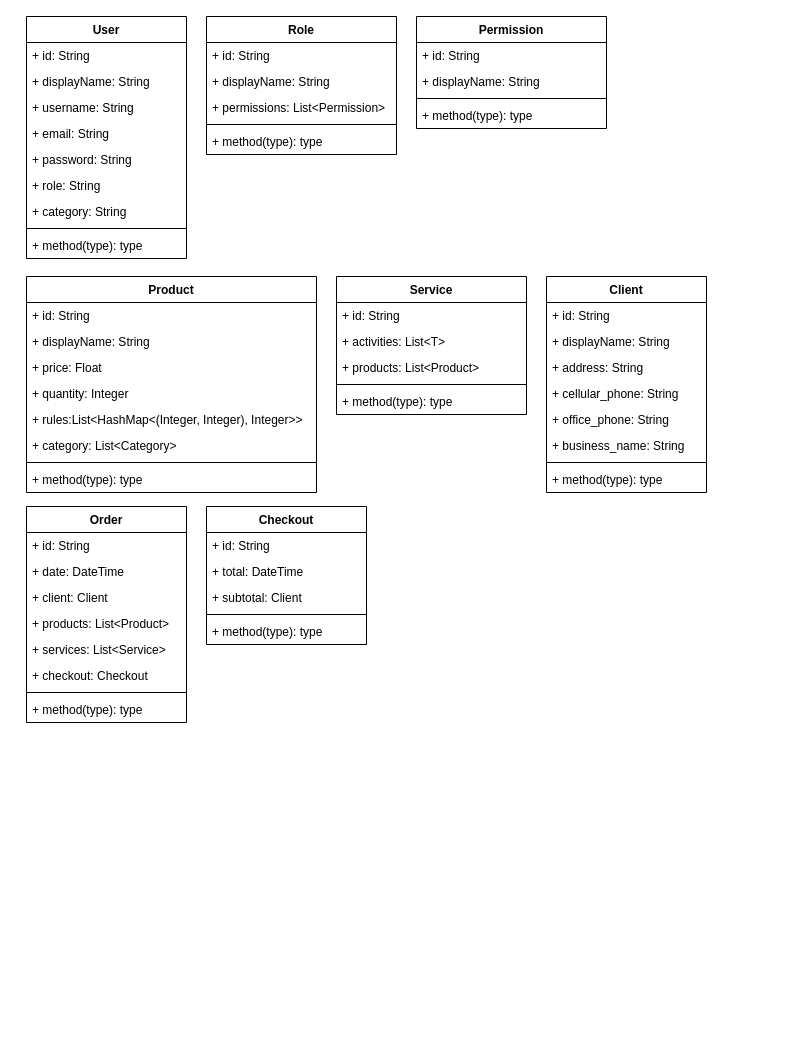
Demetriox/flutter-client keeps this draw.io diagram as Untitled Diagram.drawio. Above is the earlier version. Source tidied: cells renumbered, new cells numbered last; positions are measured from the earlier drawing's top-left corner, leaving out a move shared by most shapes. Both pictures are drawn from the tidied source at 100%, with x=0, y=0 at pixel (26, 16).
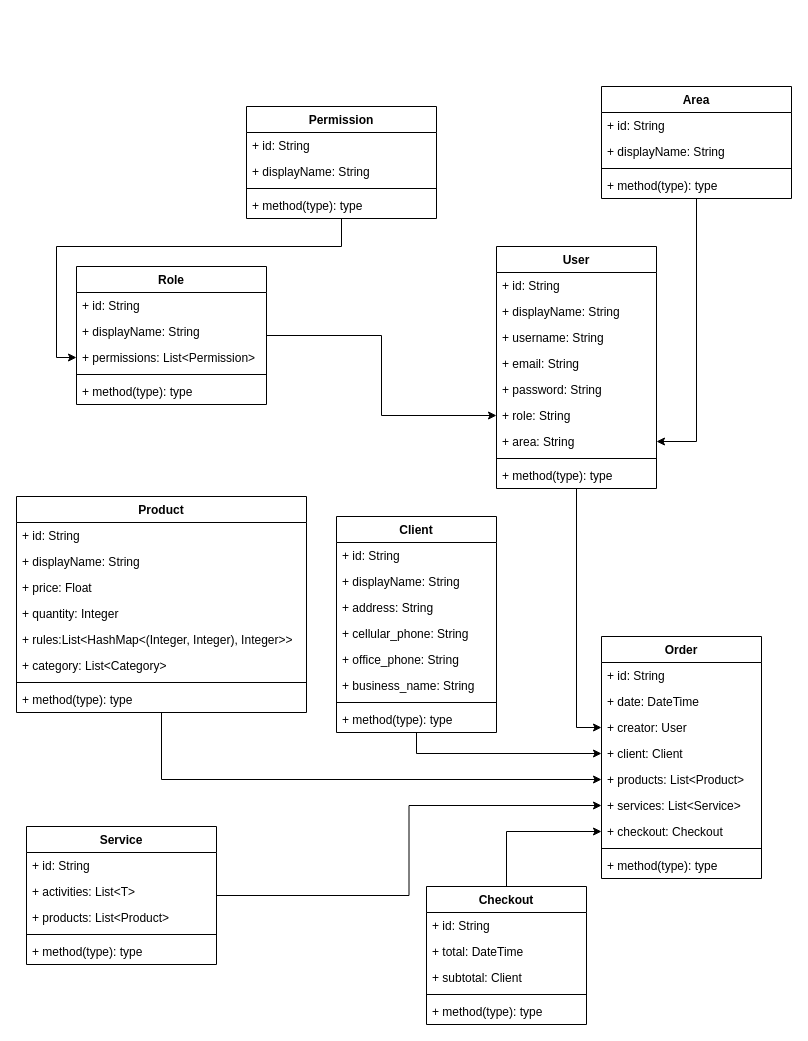
Above is the later version.

Unchanged cells that the change refers to:
```xml
<mxCell id="8" value="+ role: String" style="text;strokeColor=none;fillColor=none;align=left;verticalAlign=top;spacingLeft=4;spacingRight=4;overflow=hidden;points=[[0,0.5],[1,0.5]];portConstraint=eastwest;" parent="2" vertex="1">
  <mxGeometry y="156" width="160" height="26" as="geometry" />
</mxCell>
<mxCell id="15" value="+ permissions: List&lt;Permission&gt;" style="text;strokeColor=none;fillColor=none;align=left;verticalAlign=top;spacingLeft=4;spacingRight=4;overflow=hidden;points=[[0,0.5],[1,0.5]];portConstraint=eastwest;" parent="12" vertex="1">
  <mxGeometry y="78" width="190" height="26" as="geometry" />
</mxCell>
```

Diff of the diagram source:
```diff
@@
+    <mxCell id="62" style="edgeStyle=orthogonalEdgeStyle;rounded=0;jettySize=auto;html=1;entryX=0;entryY=0.5;entryDx=0;entryDy=0;" parent="1" edge="1" source="2" target="68">
+      <mxGeometry relative="1" as="geometry" />
+    </mxCell>
     <mxCell id="2" value="User" style="swimlane;fontStyle=1;align=center;verticalAlign=top;horizontal=1;startSize=26;" parent="1" vertex="1">
-      <mxGeometry width="160" height="242" as="geometry" />
+      <mxGeometry x="470" y="230" width="160" height="242" as="geometry" />
     </mxCell>
@@
-    <mxCell id="9" value="+ category: String" style="text;strokeColor=none;fillColor=none;align=left;verticalAlign=top;spacingLeft=4;spacingRight=4;overflow=hidden;points=[[0,0.5],[1,0.5]];portConstraint=eastwest;" parent="2" vertex="1">
+    <mxCell id="9" value="+ area: String" style="text;strokeColor=none;fillColor=none;align=left;verticalAlign=top;spacingLeft=4;spacingRight=4;overflow=hidden;points=[[0,0.5],[1,0.5]];portConstraint=eastwest;" parent="2" vertex="1">
       <mxGeometry y="182" width="160" height="26" as="geometry" />
     </mxCell>
@@
+    <mxCell id="63" style="edgeStyle=orthogonalEdgeStyle;rounded=0;jettySize=auto;html=1;" parent="1" edge="1" source="12" target="8">
+      <mxGeometry relative="1" as="geometry" />
+    </mxCell>
     <mxCell id="12" value="Role" style="swimlane;fontStyle=1;align=center;verticalAlign=top;horizontal=1;startSize=26;" parent="1" vertex="1">
-      <mxGeometry x="180" width="190" height="138" as="geometry" />
+      <mxGeometry x="50" y="250" width="190" height="138" as="geometry" />
     </mxCell>
@@
+    <mxCell id="64" style="edgeStyle=orthogonalEdgeStyle;rounded=0;jettySize=auto;html=1;entryX=0;entryY=0.5;entryDx=0;entryDy=0;" parent="1" edge="1" source="18" target="15">
+      <mxGeometry relative="1" as="geometry">
+        <Array as="points">
+          <mxPoint x="315" y="230" />
+          <mxPoint x="30" y="230" />
+          <mxPoint x="30" y="341" />
+        </Array>
+      </mxGeometry>
+    </mxCell>
     <mxCell id="18" value="Permission" style="swimlane;fontStyle=1;align=center;verticalAlign=top;horizontal=1;startSize=26;" parent="1" vertex="1">
-      <mxGeometry x="390" width="190" height="112" as="geometry" />
+      <mxGeometry x="220" y="90" width="190" height="112" as="geometry" />
     </mxCell>
@@
+    <mxCell id="65" style="edgeStyle=orthogonalEdgeStyle;rounded=0;jettySize=auto;html=1;entryX=0;entryY=0.5;entryDx=0;entryDy=0;" parent="1" edge="1" source="23" target="51">
+      <mxGeometry relative="1" as="geometry" />
+    </mxCell>
     <mxCell id="23" value="Product" style="swimlane;fontStyle=1;align=center;verticalAlign=top;horizontal=1;startSize=26;" parent="1" vertex="1">
-      <mxGeometry y="260" width="290" height="216" as="geometry" />
+      <mxGeometry x="-10" y="480" width="290" height="216" as="geometry" />
     </mxCell>
@@
+    <mxCell id="66" style="edgeStyle=orthogonalEdgeStyle;rounded=0;jettySize=auto;html=1;exitX=1;exitY=0.5;exitDx=0;exitDy=0;entryX=0;entryY=0.5;entryDx=0;entryDy=0;" parent="1" edge="1" source="32" target="52">
+      <mxGeometry relative="1" as="geometry" />
+    </mxCell>
     <mxCell id="32" value="Service" style="swimlane;fontStyle=1;align=center;verticalAlign=top;horizontal=1;startSize=26;" parent="1" vertex="1">
-      <mxGeometry x="310" y="260" width="190" height="138" as="geometry" />
+      <mxGeometry y="810" width="190" height="138" as="geometry" />
     </mxCell>
@@
+    <mxCell id="67" style="edgeStyle=orthogonalEdgeStyle;rounded=0;jettySize=auto;html=1;entryX=0;entryY=0.5;entryDx=0;entryDy=0;" parent="1" edge="1" source="38" target="50">
+      <mxGeometry relative="1" as="geometry" />
+    </mxCell>
     <mxCell id="38" value="Client" style="swimlane;fontStyle=1;align=center;verticalAlign=top;horizontal=1;startSize=26;" parent="1" vertex="1">
-      <mxGeometry x="520" y="260" width="160" height="216" as="geometry" />
+      <mxGeometry x="310" y="500" width="160" height="216" as="geometry" />
     </mxCell>
@@
     <mxCell id="47" value="Order" style="swimlane;fontStyle=1;align=center;verticalAlign=top;horizontal=1;startSize=26;" parent="1" vertex="1">
-      <mxGeometry y="490" width="160" height="216" as="geometry" />
+      <mxGeometry x="575" y="620" width="160" height="242" as="geometry" />
     </mxCell>
@@
+    <mxCell id="68" value="+ creator: User" style="text;strokeColor=none;fillColor=none;align=left;verticalAlign=top;spacingLeft=4;spacingRight=4;overflow=hidden;points=[[0,0.5],[1,0.5]];portConstraint=eastwest;" parent="47" vertex="1">
+      <mxGeometry y="78" width="160" height="26" as="geometry" />
+    </mxCell>
     <mxCell id="50" value="+ client: Client" style="text;strokeColor=none;fillColor=none;align=left;verticalAlign=top;spacingLeft=4;spacingRight=4;overflow=hidden;points=[[0,0.5],[1,0.5]];portConstraint=eastwest;" parent="47" vertex="1">
-      <mxGeometry y="78" width="160" height="26" as="geometry" />
+      <mxGeometry y="104" width="160" height="26" as="geometry" />
     </mxCell>
     <mxCell id="51" value="+ products: List&lt;Product&gt;" style="text;strokeColor=none;fillColor=none;align=left;verticalAlign=top;spacingLeft=4;spacingRight=4;overflow=hidden;points=[[0,0.5],[1,0.5]];portConstraint=eastwest;" parent="47" vertex="1">
-      <mxGeometry y="104" width="160" height="26" as="geometry" />
+      <mxGeometry y="130" width="160" height="26" as="geometry" />
     </mxCell>
     <mxCell id="52" value="+ services: List&lt;Service&gt;" style="text;strokeColor=none;fillColor=none;align=left;verticalAlign=top;spacingLeft=4;spacingRight=4;overflow=hidden;points=[[0,0.5],[1,0.5]];portConstraint=eastwest;" parent="47" vertex="1">
-      <mxGeometry y="130" width="160" height="26" as="geometry" />
+      <mxGeometry y="156" width="160" height="26" as="geometry" />
     </mxCell>
     <mxCell id="53" value="+ checkout: Checkout" style="text;strokeColor=none;fillColor=none;align=left;verticalAlign=top;spacingLeft=4;spacingRight=4;overflow=hidden;points=[[0,0.5],[1,0.5]];portConstraint=eastwest;" parent="47" vertex="1">
-      <mxGeometry y="156" width="160" height="26" as="geometry" />
+      <mxGeometry y="182" width="160" height="26" as="geometry" />
     </mxCell>
     <mxCell id="54" style="line;strokeWidth=1;fillColor=none;align=left;verticalAlign=middle;spacingTop=-1;spacingLeft=3;spacingRight=3;labelPosition=right;" parent="47" vertex="1">
-      <mxGeometry y="182" width="160" height="8" as="geometry" />
+      <mxGeometry y="208" width="160" height="8" as="geometry" />
     </mxCell>
     <mxCell id="55" value="+ method(type): type" style="text;strokeColor=none;fillColor=none;align=left;verticalAlign=top;spacingLeft=4;spacingRight=4;overflow=hidden;" parent="47" vertex="1">
-      <mxGeometry y="190" width="160" height="26" as="geometry" />
+      <mxGeometry y="216" width="160" height="26" as="geometry" />
     </mxCell>
+    <mxCell id="69" style="edgeStyle=orthogonalEdgeStyle;rounded=0;jettySize=auto;html=1;" parent="1" edge="1" source="56" target="53">
+      <mxGeometry relative="1" as="geometry" />
+    </mxCell>
     <mxCell id="56" value="Checkout" style="swimlane;fontStyle=1;align=center;verticalAlign=top;horizontal=1;startSize=26;" parent="1" vertex="1">
-      <mxGeometry x="180" y="490" width="160" height="138" as="geometry" />
+      <mxGeometry x="400" y="870" width="160" height="138" as="geometry" />
     </mxCell>
@@
+    <mxCell id="70" style="edgeStyle=orthogonalEdgeStyle;rounded=0;jettySize=auto;html=1;" parent="1" edge="1" source="71" target="9">
+      <mxGeometry relative="1" as="geometry" />
+    </mxCell>
+    <mxCell id="71" value="Area" style="swimlane;fontStyle=1;align=center;verticalAlign=top;horizontal=1;startSize=26;" parent="1" vertex="1">
+      <mxGeometry x="575" y="70" width="190" height="112" as="geometry" />
+    </mxCell>
+    <mxCell id="72" value="+ id: String" style="text;strokeColor=none;fillColor=none;align=left;verticalAlign=top;spacingLeft=4;spacingRight=4;overflow=hidden;" parent="71" vertex="1">
+      <mxGeometry y="26" width="190" height="26" as="geometry" />
+    </mxCell>
+    <mxCell id="73" value="+ displayName: String" style="text;strokeColor=none;fillColor=none;align=left;verticalAlign=top;spacingLeft=4;spacingRight=4;overflow=hidden;" parent="71" vertex="1">
+      <mxGeometry y="52" width="190" height="26" as="geometry" />
+    </mxCell>
+    <mxCell id="74" style="line;strokeWidth=1;fillColor=none;align=left;verticalAlign=middle;spacingTop=-1;spacingLeft=3;spacingRight=3;labelPosition=right;" parent="71" vertex="1">
+      <mxGeometry y="78" width="190" height="8" as="geometry" />
+    </mxCell>
+    <mxCell id="75" value="+ method(type): type" style="text;strokeColor=none;fillColor=none;align=left;verticalAlign=top;spacingLeft=4;spacingRight=4;overflow=hidden;" parent="71" vertex="1">
+      <mxGeometry y="86" width="190" height="26" as="geometry" />
+    </mxCell>
```
